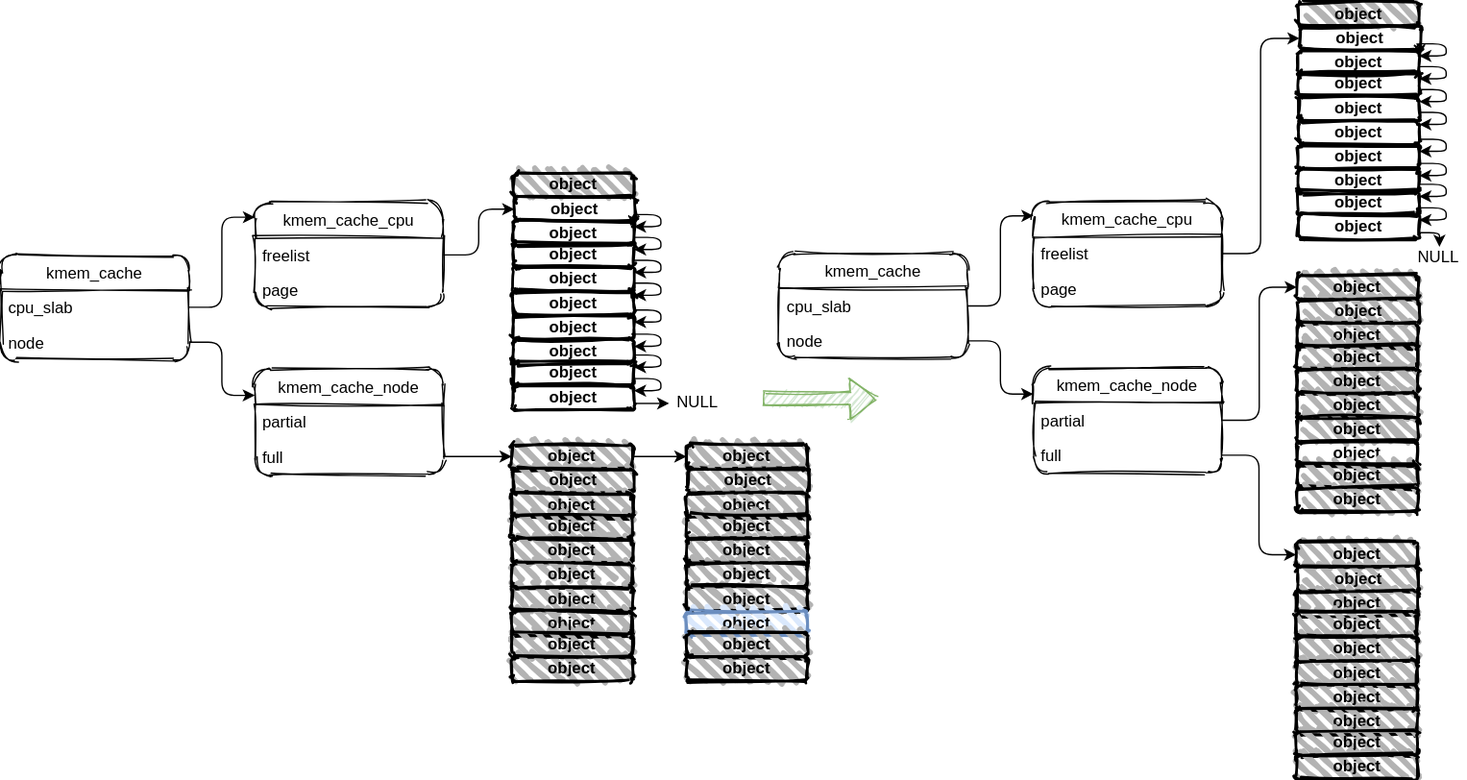
This is linux-2.x/slub/pic/free_node_full.svg from vernon2gh/note, a draw.io export, as it was before one commit. Source tidied: cells renumbered, new cells last; positions are measured from the earlier drawing's top-left corner, leaving out a move shared by most shapes.
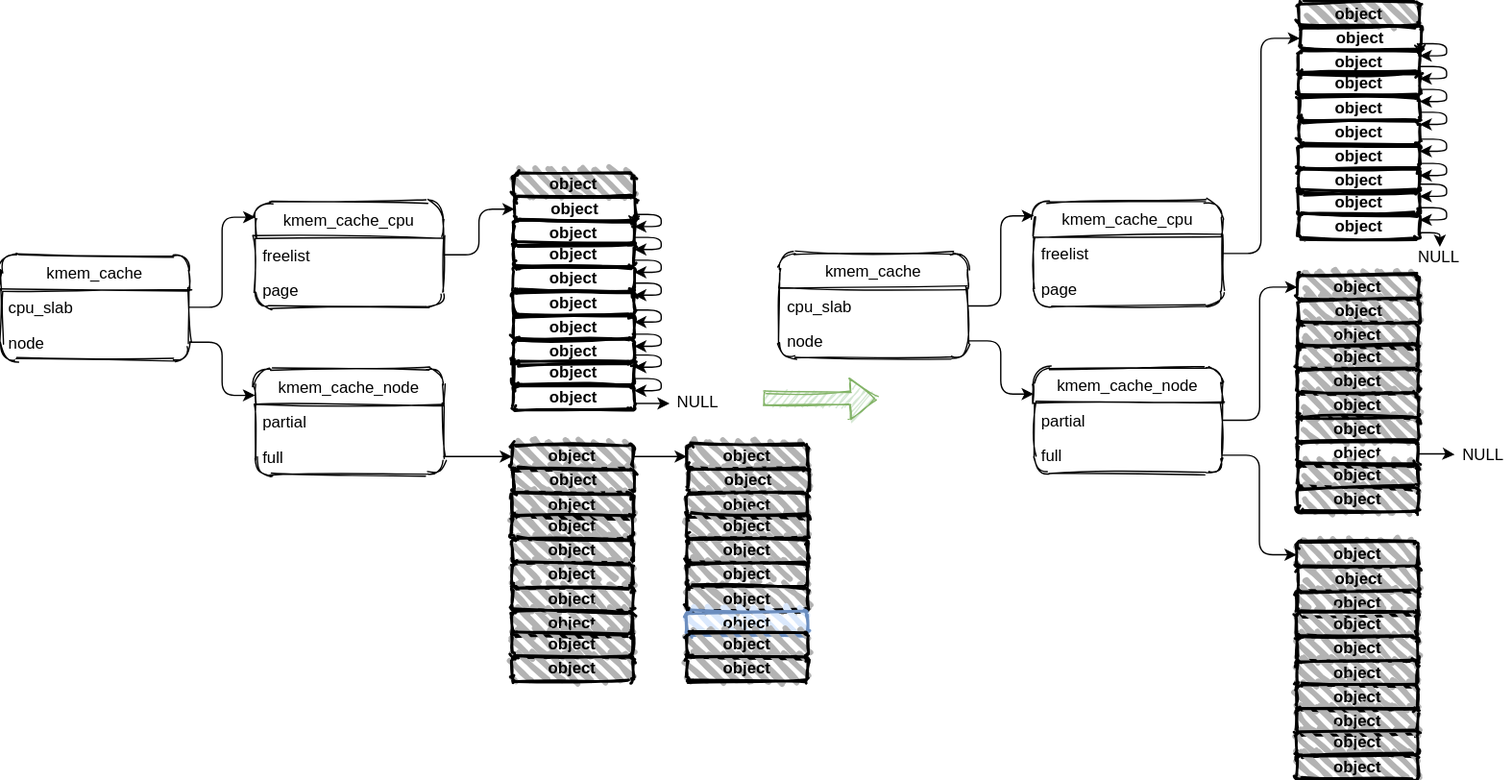
The same file after the commit.

What changed in the source:
```diff
@@ -315,6 +315,9 @@
     <mxCell id="83" value="&lt;span&gt;&lt;b&gt;object&lt;/b&gt;&lt;/span&gt;" style="rounded=1;whiteSpace=wrap;html=1;strokeWidth=2;fillWeight=4;hachureGap=8;hachureAngle=45;sketch=1;glass=0;shadow=0;fillColor=#B3B3B3;" parent="1" vertex="1">
       <mxGeometry x="964" y="309" width="90" height="18" as="geometry" />
     </mxCell>
+    <mxCell id="113" style="edgeStyle=orthogonalEdgeStyle;rounded=0;jettySize=auto;html=1;exitX=1;exitY=0.5;exitDx=0;exitDy=0;" parent="1" edge="1" source="84" target="114">
+      <mxGeometry relative="1" as="geometry" />
+    </mxCell>
     <mxCell id="84" value="&lt;span&gt;&lt;b&gt;object&lt;/b&gt;&lt;/span&gt;" style="rounded=1;whiteSpace=wrap;html=1;strokeWidth=2;fillWeight=4;hachureGap=8;hachureAngle=45;sketch=1;glass=0;shadow=0;fillColor=none;" parent="1" vertex="1">
       <mxGeometry x="964" y="327" width="90" height="18" as="geometry" />
     </mxCell>
@@ -466,5 +469,8 @@
     <mxCell id="112" value="NULL" style="text;html=1;align=center;verticalAlign=middle;points=[];" parent="1" vertex="1">
       <mxGeometry x="1048" y="180" width="42" height="19" as="geometry" />
     </mxCell>
+    <mxCell id="114" value="NULL" style="text;html=1;align=center;verticalAlign=middle;points=[];" parent="1" vertex="1">
+      <mxGeometry x="1081" y="327" width="42" height="19" as="geometry" />
+    </mxCell>
   </root>
 </mxGraphModel>
```
